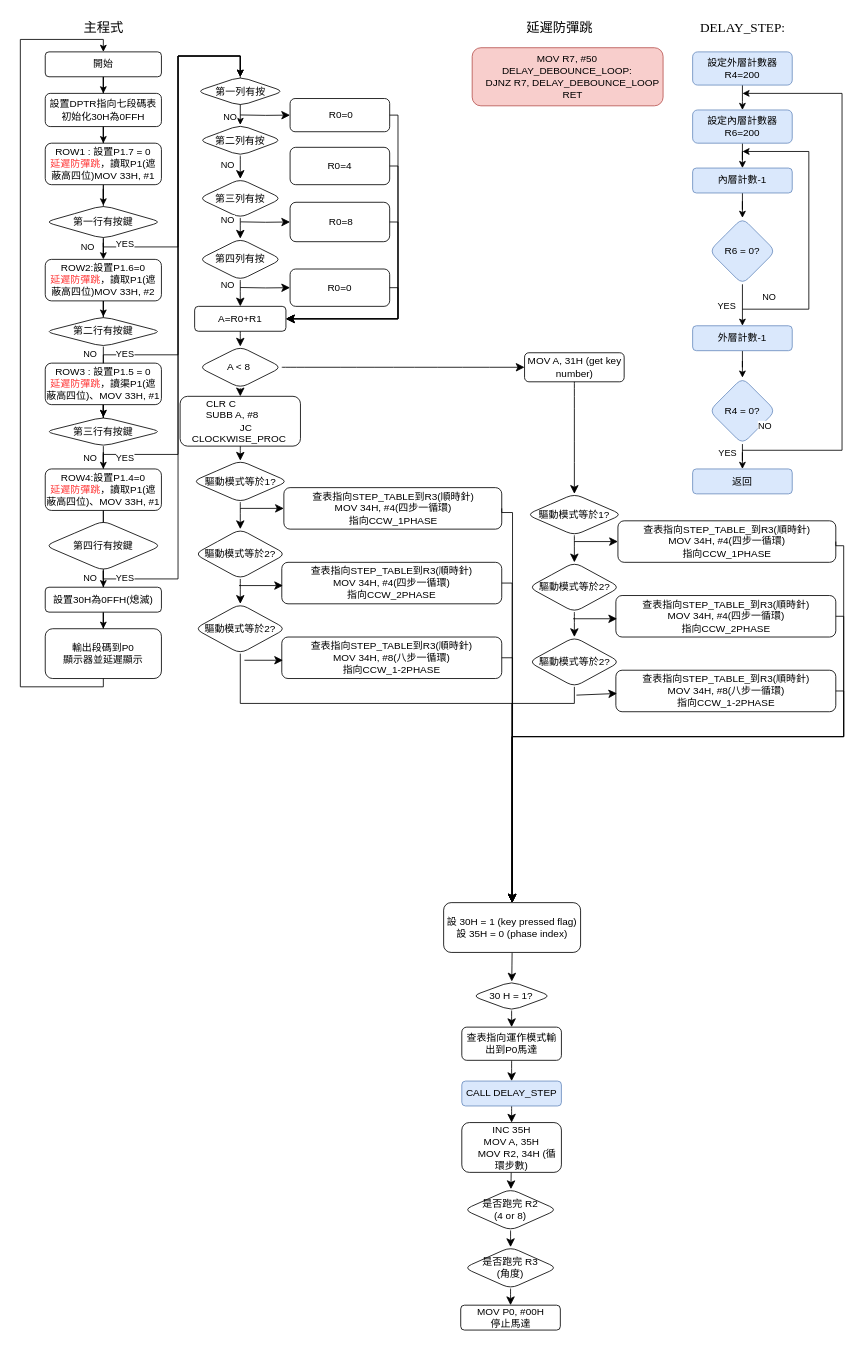
Earlier version of the draw.io diagram page "第 4 页" (4 of 5) of 未命名绘图.drawio (piting1104/se2). Source tidied: cells renumbered, new cells numbered last; positions are measured from the earlier drawing's top-left corner, leaving out a move shared by most shapes. Both pictures are drawn from the tidied source at 83%, with x=0, y=0 at pixel (20, 14).
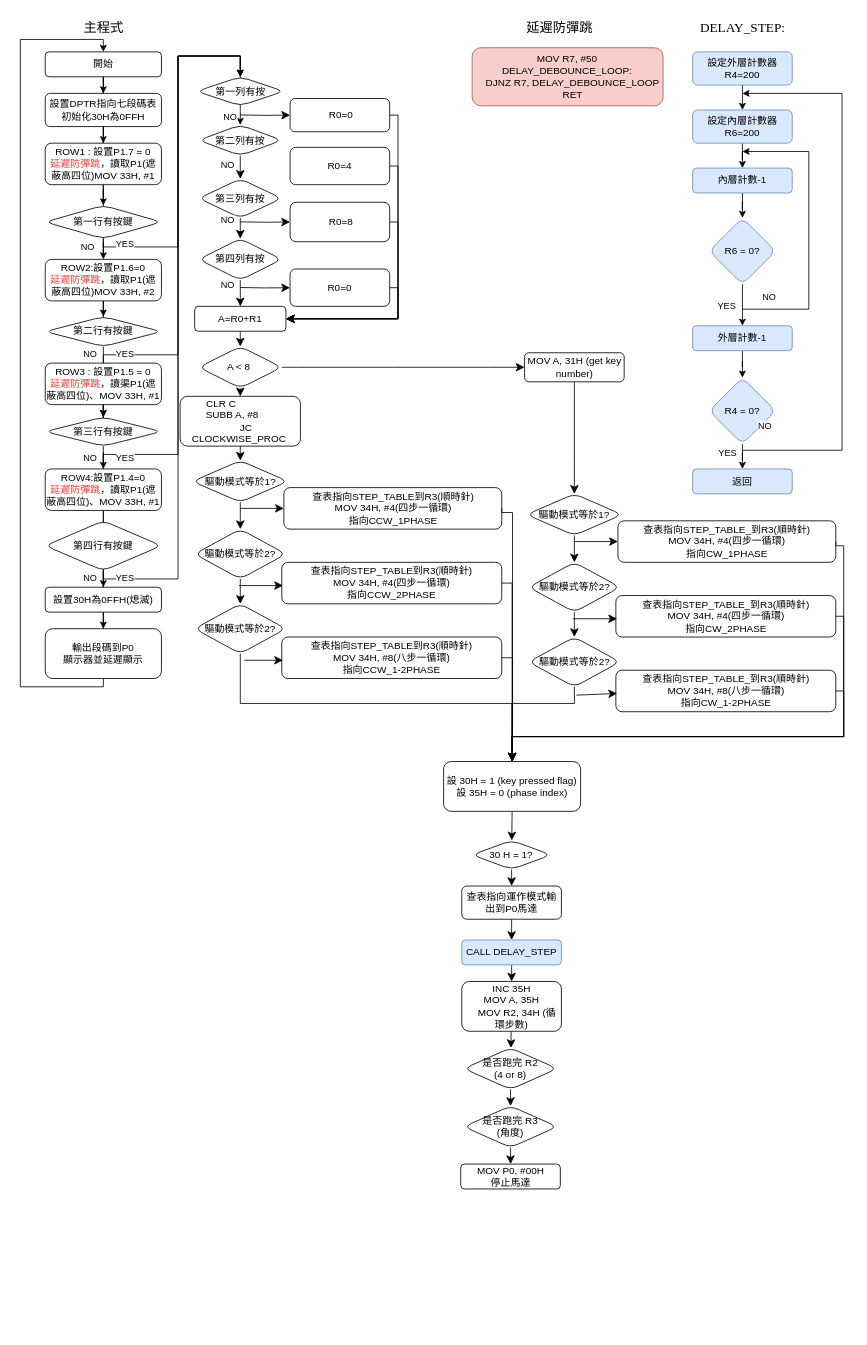
The same diagram, later.

Commit message:
更新未命名绘图.drawio

The edit, as a diff of the source:
```diff
@@
     <mxCell id="96" value="設 30H = 1 (key pressed flag)&lt;div&gt;設 35H = 0 (phase index)&lt;/div&gt;" style="rounded=1;whiteSpace=wrap;html=1;" parent="1" vertex="1">
-      <mxGeometry x="510" y="1070" width="165" height="60" as="geometry" />
+      <mxGeometry x="510" y="900" width="165" height="60" as="geometry" />
     </mxCell>
@@
     <mxCell id="101" value="30 H = 1?" style="rhombus;whiteSpace=wrap;html=1;rounded=1;" parent="1" vertex="1">
-      <mxGeometry x="544.4" y="1165" width="95" height="35" as="geometry" />
+      <mxGeometry x="544.4" y="995" width="95" height="35" as="geometry" />
     </mxCell>
@@
     <mxCell id="103" value="查表指向運作模式輸出到P0馬達" style="whiteSpace=wrap;html=1;rounded=1;" parent="1" vertex="1">
-      <mxGeometry x="531.9" y="1220" width="120" height="40" as="geometry" />
+      <mxGeometry x="531.9" y="1050" width="120" height="40" as="geometry" />
     </mxCell>
@@
     <mxCell id="105" value="CALL DELAY_STEP" style="whiteSpace=wrap;html=1;rounded=1;fillColor=#dae8fc;strokeColor=#6c8ebf;" parent="1" vertex="1">
-      <mxGeometry x="531.9" y="1285" width="120" height="30" as="geometry" />
+      <mxGeometry x="531.9" y="1115" width="120" height="30" as="geometry" />
     </mxCell>
@@
     <mxCell id="107" value="&lt;div&gt;INC 35H&lt;/div&gt;&lt;div&gt;&lt;span style=&quot;background-color: transparent; color: light-dark(rgb(0, 0, 0), rgb(255, 255, 255));&quot;&gt;MOV A, 35H&lt;/span&gt;&lt;/div&gt;&lt;div&gt;&amp;nbsp; &amp;nbsp; MOV R2, 34H (循環步數)&lt;/div&gt;" style="whiteSpace=wrap;html=1;rounded=1;" parent="1" vertex="1">
-      <mxGeometry x="531.9" y="1335" width="120" height="60" as="geometry" />
+      <mxGeometry x="531.9" y="1165" width="120" height="60" as="geometry" />
     </mxCell>
     <mxCell id="108" value="是否跑完 R2&lt;div&gt;(4 or 8)&lt;/div&gt;" style="rhombus;whiteSpace=wrap;html=1;rounded=1;" parent="1" vertex="1">
-      <mxGeometry x="534.4" y="1415" width="112.5" height="50" as="geometry" />
+      <mxGeometry x="534.4" y="1245" width="112.5" height="50" as="geometry" />
     </mxCell>
@@
     <mxCell id="110" value="是否跑完 R3&lt;br&gt;(角度)" style="rhombus;whiteSpace=wrap;html=1;rounded=1;" parent="1" vertex="1">
-      <mxGeometry x="534.4" y="1485" width="112.5" height="50" as="geometry" />
+      <mxGeometry x="534.4" y="1315" width="112.5" height="50" as="geometry" />
     </mxCell>
@@
     <mxCell id="112" value="MOV P0, #00H&lt;div&gt;停止馬達&lt;/div&gt;" style="whiteSpace=wrap;html=1;rounded=1;" parent="1" vertex="1">
-      <mxGeometry x="530.6" y="1555" width="120" height="30" as="geometry" />
+      <mxGeometry x="530.6" y="1385" width="120" height="30" as="geometry" />
     </mxCell>
@@
-    <mxCell id="121" value="查表指向STEP_TABLE_到R3(順時針)&lt;div&gt;MOV 34H, #4(四步一循環)&lt;/div&gt;&lt;div&gt;指向CCW_1PHASE&lt;/div&gt;" style="whiteSpace=wrap;html=1;rounded=1;" parent="1" vertex="1">
+    <mxCell id="121" value="查表指向STEP_TABLE_到R3(順時針)&lt;div&gt;MOV 34H, #4(四步一循環)&lt;/div&gt;&lt;div&gt;指向CW_1PHASE&lt;/div&gt;" style="whiteSpace=wrap;html=1;rounded=1;" parent="1" vertex="1">
       <mxGeometry x="720" y="610" width="262.5" height="50" as="geometry" />
     </mxCell>
@@
-    <mxCell id="125" value="查表指向STEP_TABLE_到R3(順時針)&lt;div&gt;MOV 34H, #4(四步一循環)&lt;/div&gt;&lt;div&gt;指向CCW_2PHASE&lt;/div&gt;" style="whiteSpace=wrap;html=1;rounded=1;" parent="1" vertex="1">
+    <mxCell id="125" value="查表指向STEP_TABLE_到R3(順時針)&lt;div&gt;MOV 34H, #4(四步一循環)&lt;/div&gt;&lt;div&gt;指向CW_2PHASE&lt;/div&gt;" style="whiteSpace=wrap;html=1;rounded=1;" parent="1" vertex="1">
       <mxGeometry x="717.5" y="700" width="265" height="50" as="geometry" />
     </mxCell>
@@
-    <mxCell id="128" value="查表指向STEP_TABLE_到R3(順時針)&lt;div&gt;MOV 34H, #8(八步一循環)&lt;/div&gt;&lt;div&gt;指向CCW_1-2PHASE&lt;/div&gt;" style="whiteSpace=wrap;html=1;rounded=1;" parent="1" vertex="1">
+    <mxCell id="128" value="查表指向STEP_TABLE_到R3(順時針)&lt;div&gt;MOV 34H, #8(八步一循環)&lt;/div&gt;&lt;div&gt;指向CW_1-2PHASE&lt;/div&gt;" style="whiteSpace=wrap;html=1;rounded=1;" parent="1" vertex="1">
       <mxGeometry x="717.5" y="790" width="265" height="50" as="geometry" />
     </mxCell>
```
